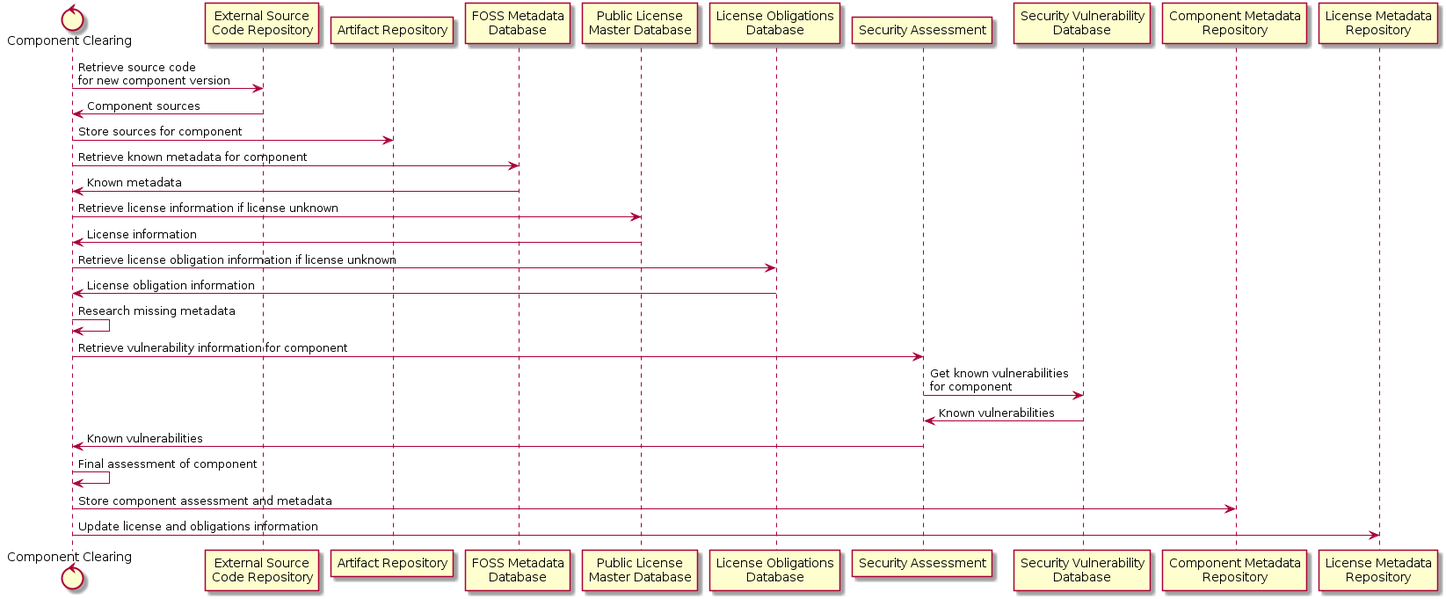
Above: Tooling-Landscape/Unanimous-Understanding/OSS-Tooling-Landscape_UMLSeq_CompClearing.png in Open-Source-Compliance/Sharing-creates-value (PlantUML), before the change. Its diagram source:
```plantuml
@startuml
control "Component Clearing" as compclearing
participant "External Source\nCode Repository" as extscm
participant "Artifact Repository" as artifactrepo
participant "FOSS Metadata\nDatabase" as extcomprepo
participant "Public License\nMaster Database" as extlicenserepo
participant "License Obligations\nDatabase" as extlicobligrepo
participant "Security Assessment" as secassess
participant "Security Vulnerability\nDatabase" as vuldatabase
participant "Component Metadata\nRepository" as comprepo
participant "License Metadata\nRepository" as licenserepo

compclearing -> extscm : Retrieve source code\nfor new component version
extscm -> compclearing : Component sources
compclearing -> artifactrepo : Store sources for component
compclearing -> extcomprepo : Retrieve known metadata for component
extcomprepo -> compclearing : Known metadata
compclearing -> extlicenserepo : Retrieve license information if license unknown
extlicenserepo -> compclearing : License information
compclearing -> extlicobligrepo : Retrieve license obligation information if license unknown
extlicobligrepo -> compclearing : License obligation information
compclearing -> compclearing : Research missing metadata
compclearing -> secassess : Retrieve vulnerability information for component
secassess -> vuldatabase : Get known vulnerabilities\nfor component
vuldatabase -> secassess : Known vulnerabilities
secassess -> compclearing : Known vulnerabilities
compclearing -> compclearing : Final assessment of component
compclearing -> comprepo : Store component assessment and metadata
compclearing -> licenserepo : Update license and obligations information
@enduml
```
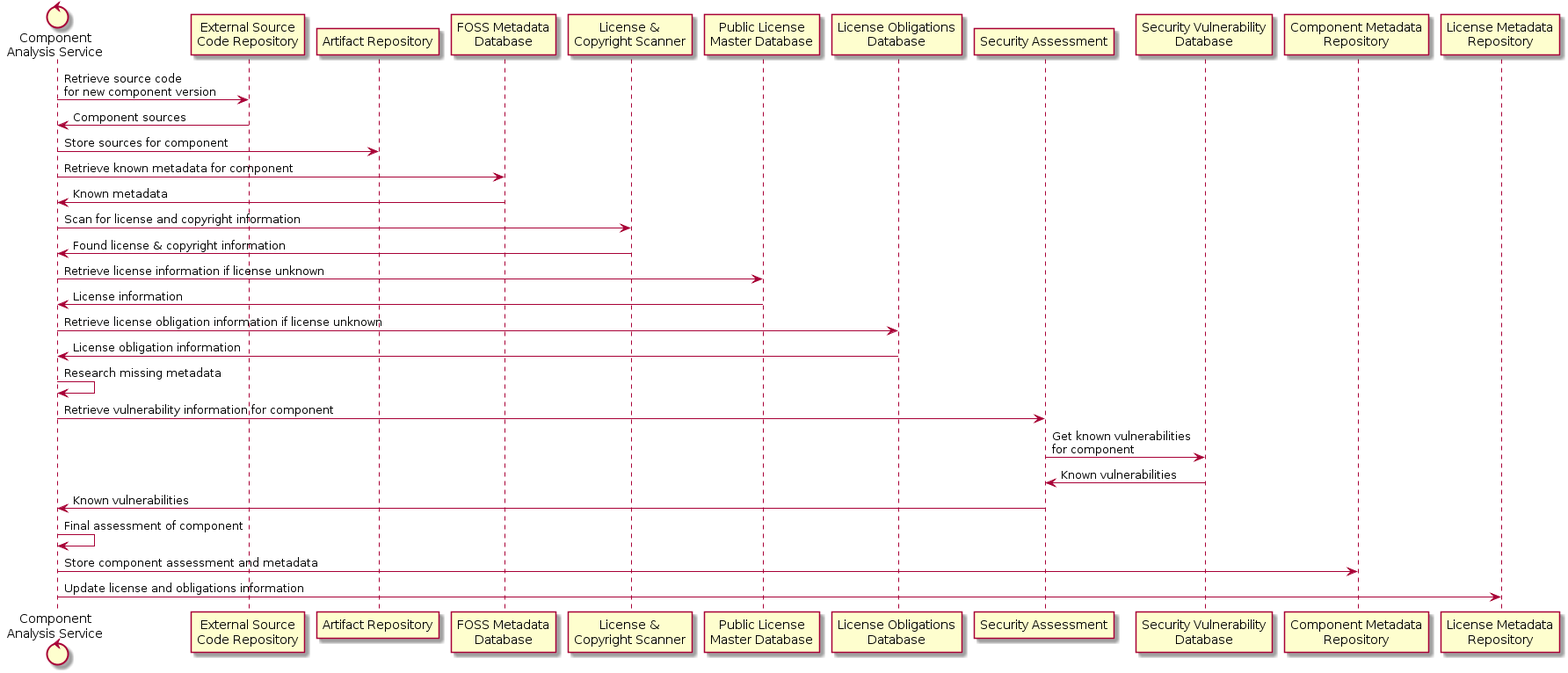
Above is the later version.

What changed in the source:
```diff
@@ -1,8 +1,9 @@
 @startuml
-control "Component Clearing" as compclearing
+control "Component\nAnalysis Service" as companalysis
 participant "External Source\nCode Repository" as extscm
 participant "Artifact Repository" as artifactrepo
 participant "FOSS Metadata\nDatabase" as extcomprepo
+participant "License &\nCopyright Scanner" as licensescanner
 participant "Public License\nMaster Database" as extlicenserepo
 participant "License Obligations\nDatabase" as extlicobligrepo
 participant "Security Assessment" as secassess
@@ -10,21 +11,23 @@
 participant "Component Metadata\nRepository" as comprepo
 participant "License Metadata\nRepository" as licenserepo
 
-compclearing -> extscm : Retrieve source code\nfor new component version
-extscm -> compclearing : Component sources
-compclearing -> artifactrepo : Store sources for component
-compclearing -> extcomprepo : Retrieve known metadata for component
-extcomprepo -> compclearing : Known metadata
-compclearing -> extlicenserepo : Retrieve license information if license unknown
-extlicenserepo -> compclearing : License information
-compclearing -> extlicobligrepo : Retrieve license obligation information if license unknown
-extlicobligrepo -> compclearing : License obligation information
-compclearing -> compclearing : Research missing metadata
-compclearing -> secassess : Retrieve vulnerability information for component
+companalysis -> extscm : Retrieve source code\nfor new component version
+extscm -> companalysis : Component sources
+companalysis -> artifactrepo : Store sources for component
+companalysis -> extcomprepo : Retrieve known metadata for component
+extcomprepo -> companalysis : Known metadata
+companalysis -> licensescanner : Scan for license and copyright information
+licensescanner -> companalysis : Found license & copyright information
+companalysis -> extlicenserepo : Retrieve license information if license unknown
+extlicenserepo -> companalysis : License information
+companalysis -> extlicobligrepo : Retrieve license obligation information if license unknown
+extlicobligrepo -> companalysis : License obligation information
+companalysis -> companalysis : Research missing metadata
+companalysis -> secassess : Retrieve vulnerability information for component
 secassess -> vuldatabase : Get known vulnerabilities\nfor component
 vuldatabase -> secassess : Known vulnerabilities
-secassess -> compclearing : Known vulnerabilities
-compclearing -> compclearing : Final assessment of component
-compclearing -> comprepo : Store component assessment and metadata
-compclearing -> licenserepo : Update license and obligations information
+secassess -> companalysis : Known vulnerabilities
+companalysis -> companalysis : Final assessment of component
+companalysis -> comprepo : Store component assessment and metadata
+companalysis -> licenserepo : Update license and obligations information
 @enduml
```
